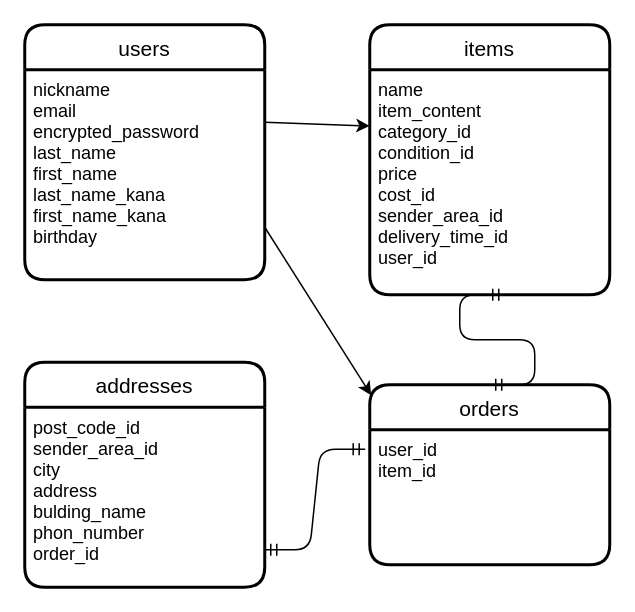
sawao8/furima-38311 keeps this draw.io diagram as page "ページ1" (1 of 2) of furima-38311.dio. Above is the earlier version. Source tidied: cells renumbered, new cells numbered last; positions are measured from the earlier drawing's top-left corner, leaving out a move shared by most shapes. Both pictures are drawn from the tidied source at 150%, with x=0, y=0 at pixel (24, 24).
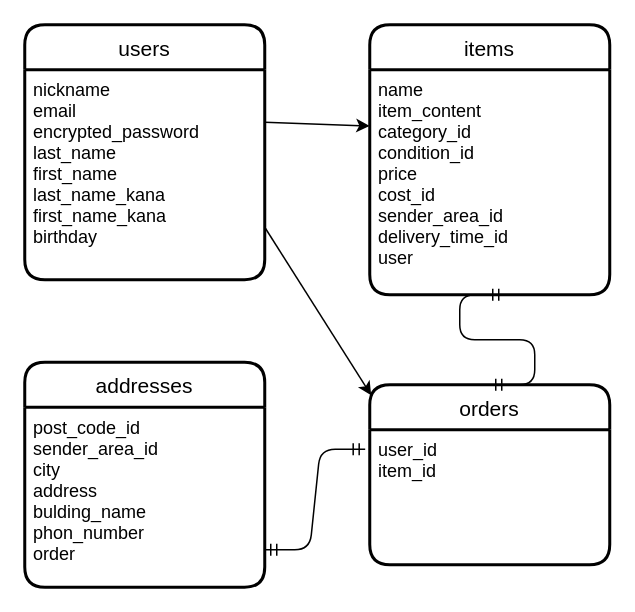
The same diagram, later.

Change to the diagram source:
```diff
@@
 <mxGraphModel>
   <root>
     <mxCell id="0" />
     <mxCell id="1" parent="0" />
     <mxCell id="2" value="users" style="swimlane;horizontal=1;startSize=30;rounded=1;fontSize=14;fontStyle=0;strokeWidth=2;shadow=0;dashed=0;align=center;" parent="1" vertex="1">
       <mxGeometry width="160" height="170" as="geometry" />
     </mxCell>
     <mxCell id="3" value="nickname&#10;email&#10;encrypted_password&#10;last_name&#10;first_name&#10;last_name_kana&#10;first_name_kana&#10;birthday" style="align=left;strokeColor=none;fillColor=none;spacingLeft=4;fontSize=12;verticalAlign=top;" parent="2" vertex="1">
       <mxGeometry y="30" width="160" height="140" as="geometry" />
     </mxCell>
     <mxCell id="4" value="items" style="swimlane;horizontal=1;startSize=30;rounded=1;fontSize=14;fontStyle=0;strokeWidth=2;shadow=0;dashed=0;align=center;" parent="1" vertex="1">
       <mxGeometry x="230" width="160" height="180" as="geometry" />
     </mxCell>
-    <mxCell id="5" value="name&#10;item_content&#10;category_id&#10;condition_id&#10;price&#10;cost_id&#10;sender_area_id&#10;delivery_time_id&#10;user_id" style="align=left;strokeColor=none;fillColor=none;spacingLeft=4;fontSize=12;verticalAlign=top;" parent="4" vertex="1">
+    <mxCell id="5" value="name&#10;item_content&#10;category_id&#10;condition_id&#10;price&#10;cost_id&#10;sender_area_id&#10;delivery_time_id&#10;user" style="align=left;strokeColor=none;fillColor=none;spacingLeft=4;fontSize=12;verticalAlign=top;" parent="4" vertex="1">
       <mxGeometry y="30" width="160" height="150" as="geometry" />
     </mxCell>
     <mxCell id="6" value="addresses" style="swimlane;horizontal=1;startSize=30;rounded=1;fontSize=14;fontStyle=0;strokeWidth=2;shadow=0;dashed=0;align=center;" parent="1" vertex="1">
       <mxGeometry y="225" width="160" height="150" as="geometry" />
     </mxCell>
-    <mxCell id="7" value="post_code_id&#10;sender_area_id&#10;city&#10;address&#10;bulding_name&#10;phon_number&#10;order_id&#10;" style="align=left;strokeColor=none;fillColor=none;spacingLeft=4;fontSize=12;verticalAlign=top;" parent="6" vertex="1">
+    <mxCell id="7" value="post_code_id&#10;sender_area_id&#10;city&#10;address&#10;bulding_name&#10;phon_number&#10;order&#10;" style="align=left;strokeColor=none;fillColor=none;spacingLeft=4;fontSize=12;verticalAlign=top;" parent="6" vertex="1">
       <mxGeometry y="30" width="160" height="120" as="geometry" />
     </mxCell>
     <mxCell id="8" value="orders" style="swimlane;horizontal=1;startSize=30;rounded=1;fontSize=14;fontStyle=0;strokeWidth=2;shadow=0;dashed=0;align=center;" parent="1" vertex="1">
       <mxGeometry x="230" y="240" width="160" height="120" as="geometry" />
     </mxCell>
     <mxCell id="9" value="user_id&#10;item_id" style="align=left;strokeColor=none;fillColor=none;spacingLeft=4;fontSize=12;verticalAlign=top;" parent="8" vertex="1">
       <mxGeometry y="30" width="160" height="90" as="geometry" />
     </mxCell>
     <mxCell id="10" style="edgeStyle=none;html=1;exitX=1;exitY=0.25;exitDx=0;exitDy=0;" parent="1" edge="1" source="3">
       <mxGeometry relative="1" as="geometry">
         <mxPoint x="160" y="65" as="targetPoint" />
       </mxGeometry>
     </mxCell>
     <mxCell id="11" style="edgeStyle=entityRelationEdgeStyle;fontSize=12;html=1;endArrow=ERmandOne;startArrow=ERmandOne;exitX=0.5;exitY=0;exitDx=0;exitDy=0;" parent="1" edge="1" source="8">
       <mxGeometry relative="1" as="geometry">
         <mxPoint x="320" y="180" as="targetPoint" />
       </mxGeometry>
     </mxCell>
     <mxCell id="12" style="edgeStyle=none;html=1;exitX=1;exitY=0.25;exitDx=0;exitDy=0;entryX=0;entryY=0.25;entryDx=0;entryDy=0;" parent="1" edge="1" source="3" target="5">
       <mxGeometry relative="1" as="geometry" />
     </mxCell>
     <mxCell id="13" style="edgeStyle=none;html=1;exitX=1;exitY=0.75;exitDx=0;exitDy=0;entryX=0.006;entryY=0.058;entryDx=0;entryDy=0;entryPerimeter=0;" parent="1" edge="1" source="3" target="8">
       <mxGeometry relative="1" as="geometry" />
     </mxCell>
     <mxCell id="14" style="edgeStyle=entityRelationEdgeStyle;fontSize=12;html=1;endArrow=ERmandOne;startArrow=ERmandOne;entryX=-0.019;entryY=0.144;entryDx=0;entryDy=0;entryPerimeter=0;" parent="1" edge="1" target="9">
       <mxGeometry relative="1" as="geometry">
         <mxPoint x="160" y="350" as="sourcePoint" />
       </mxGeometry>
     </mxCell>
   </root>
 </mxGraphModel>
```
